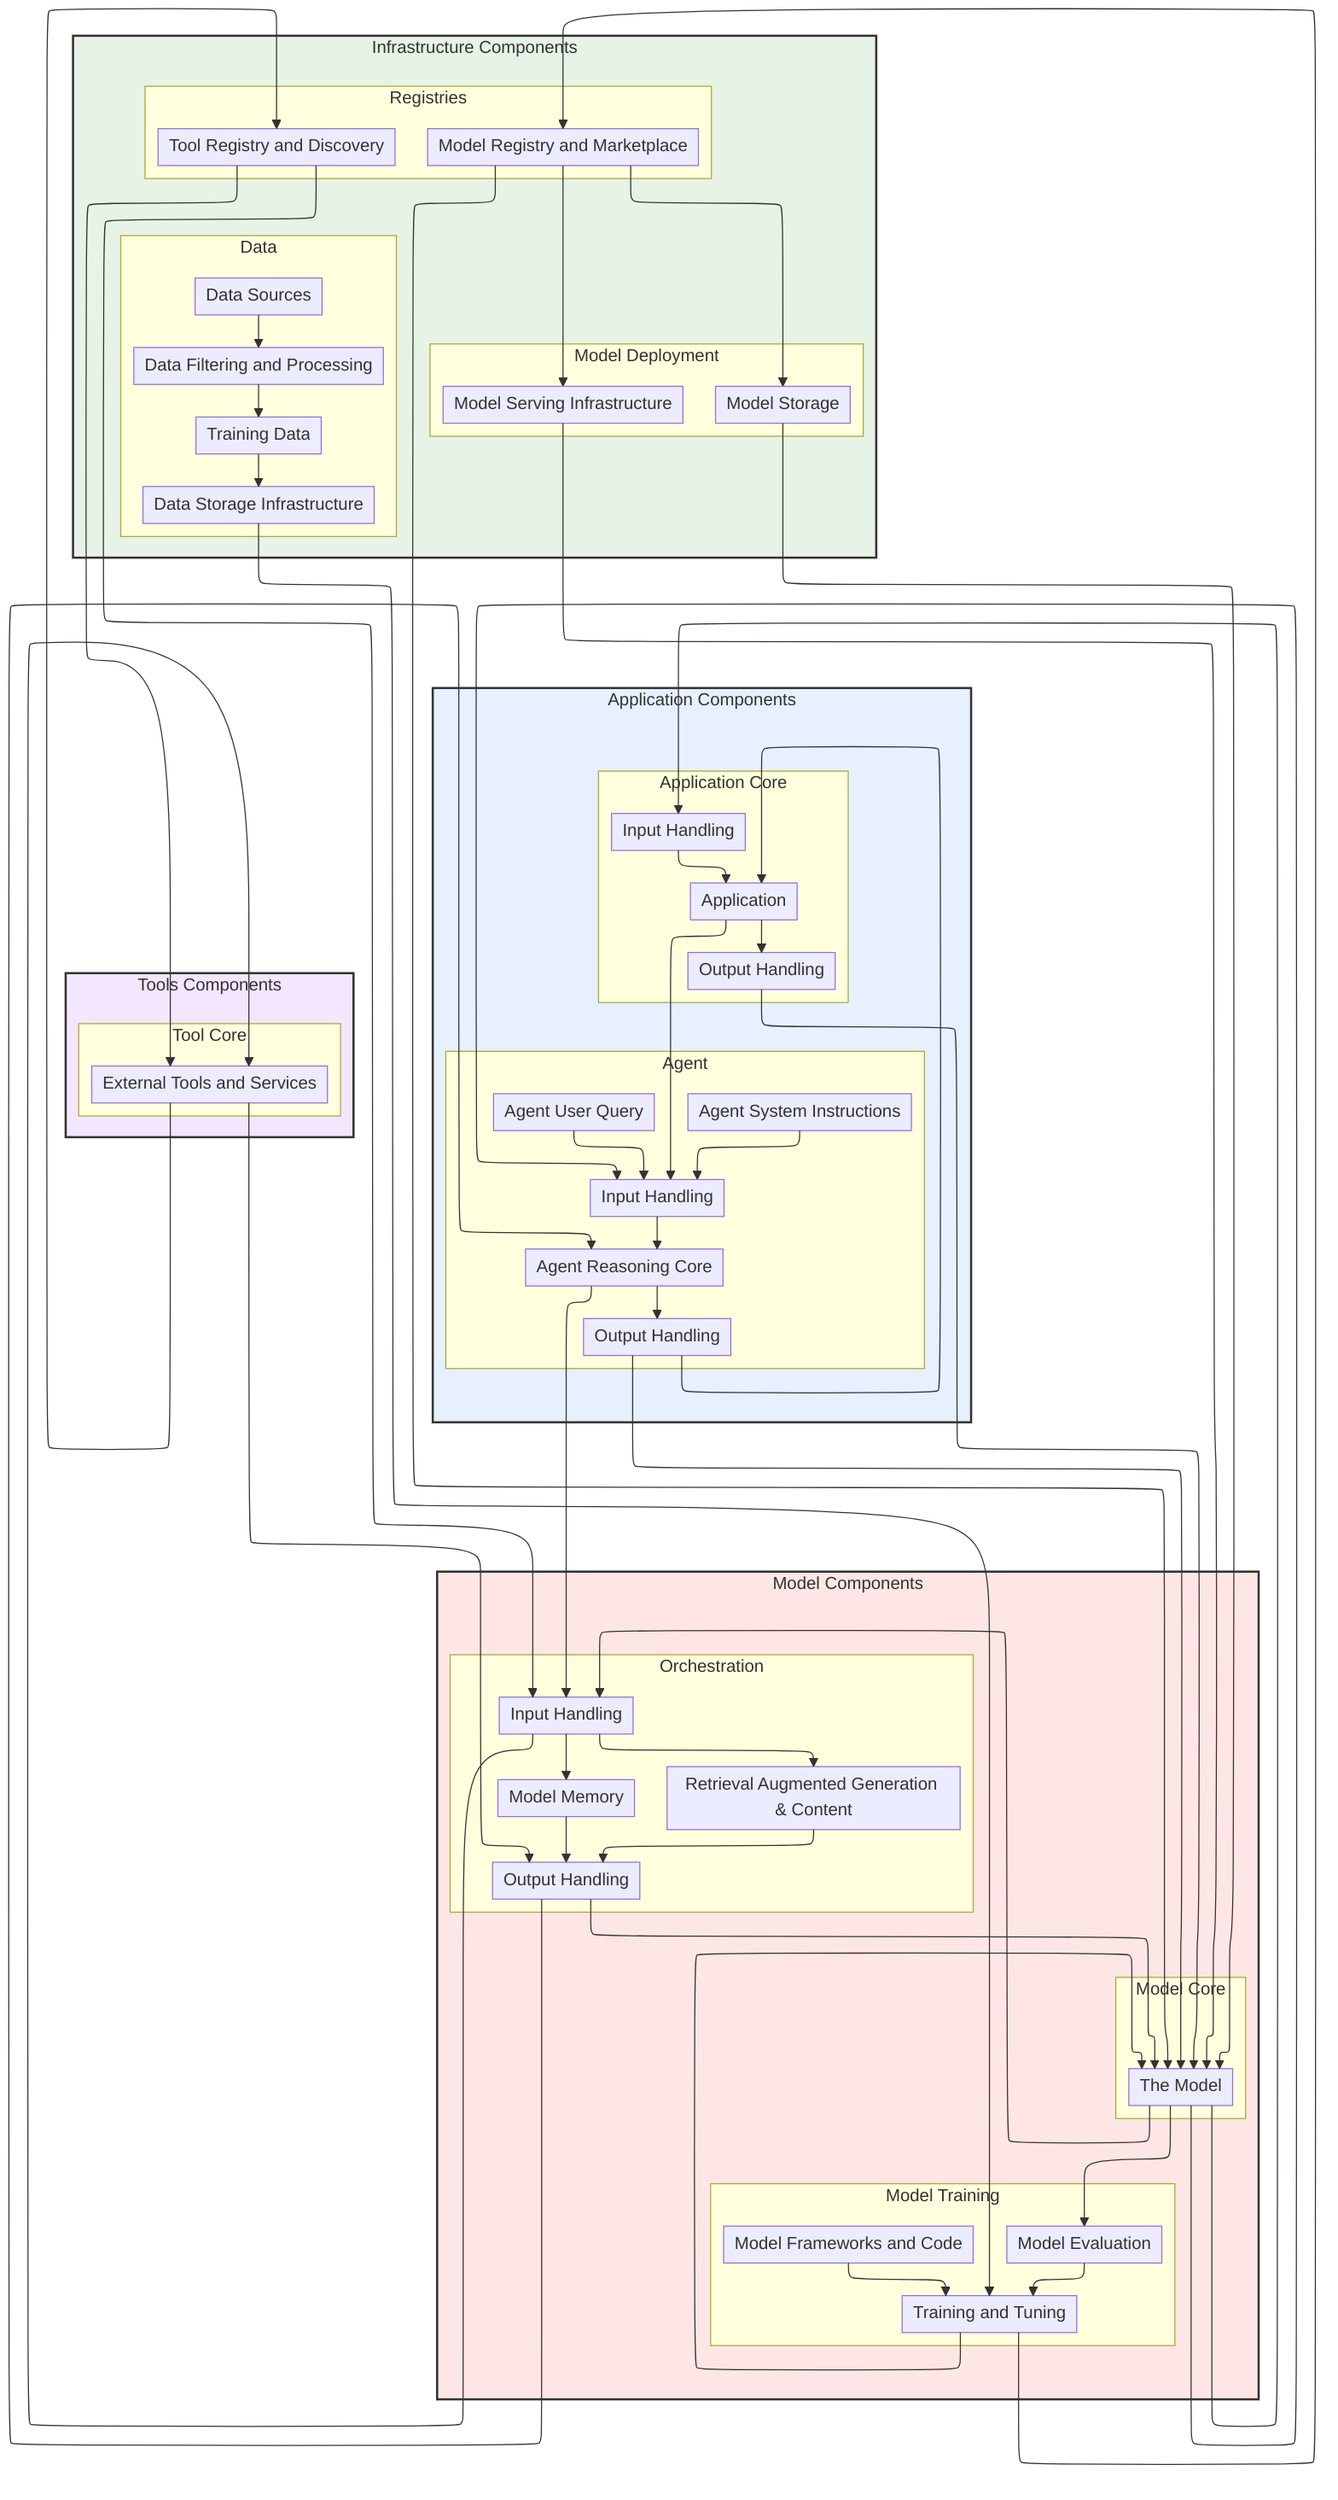
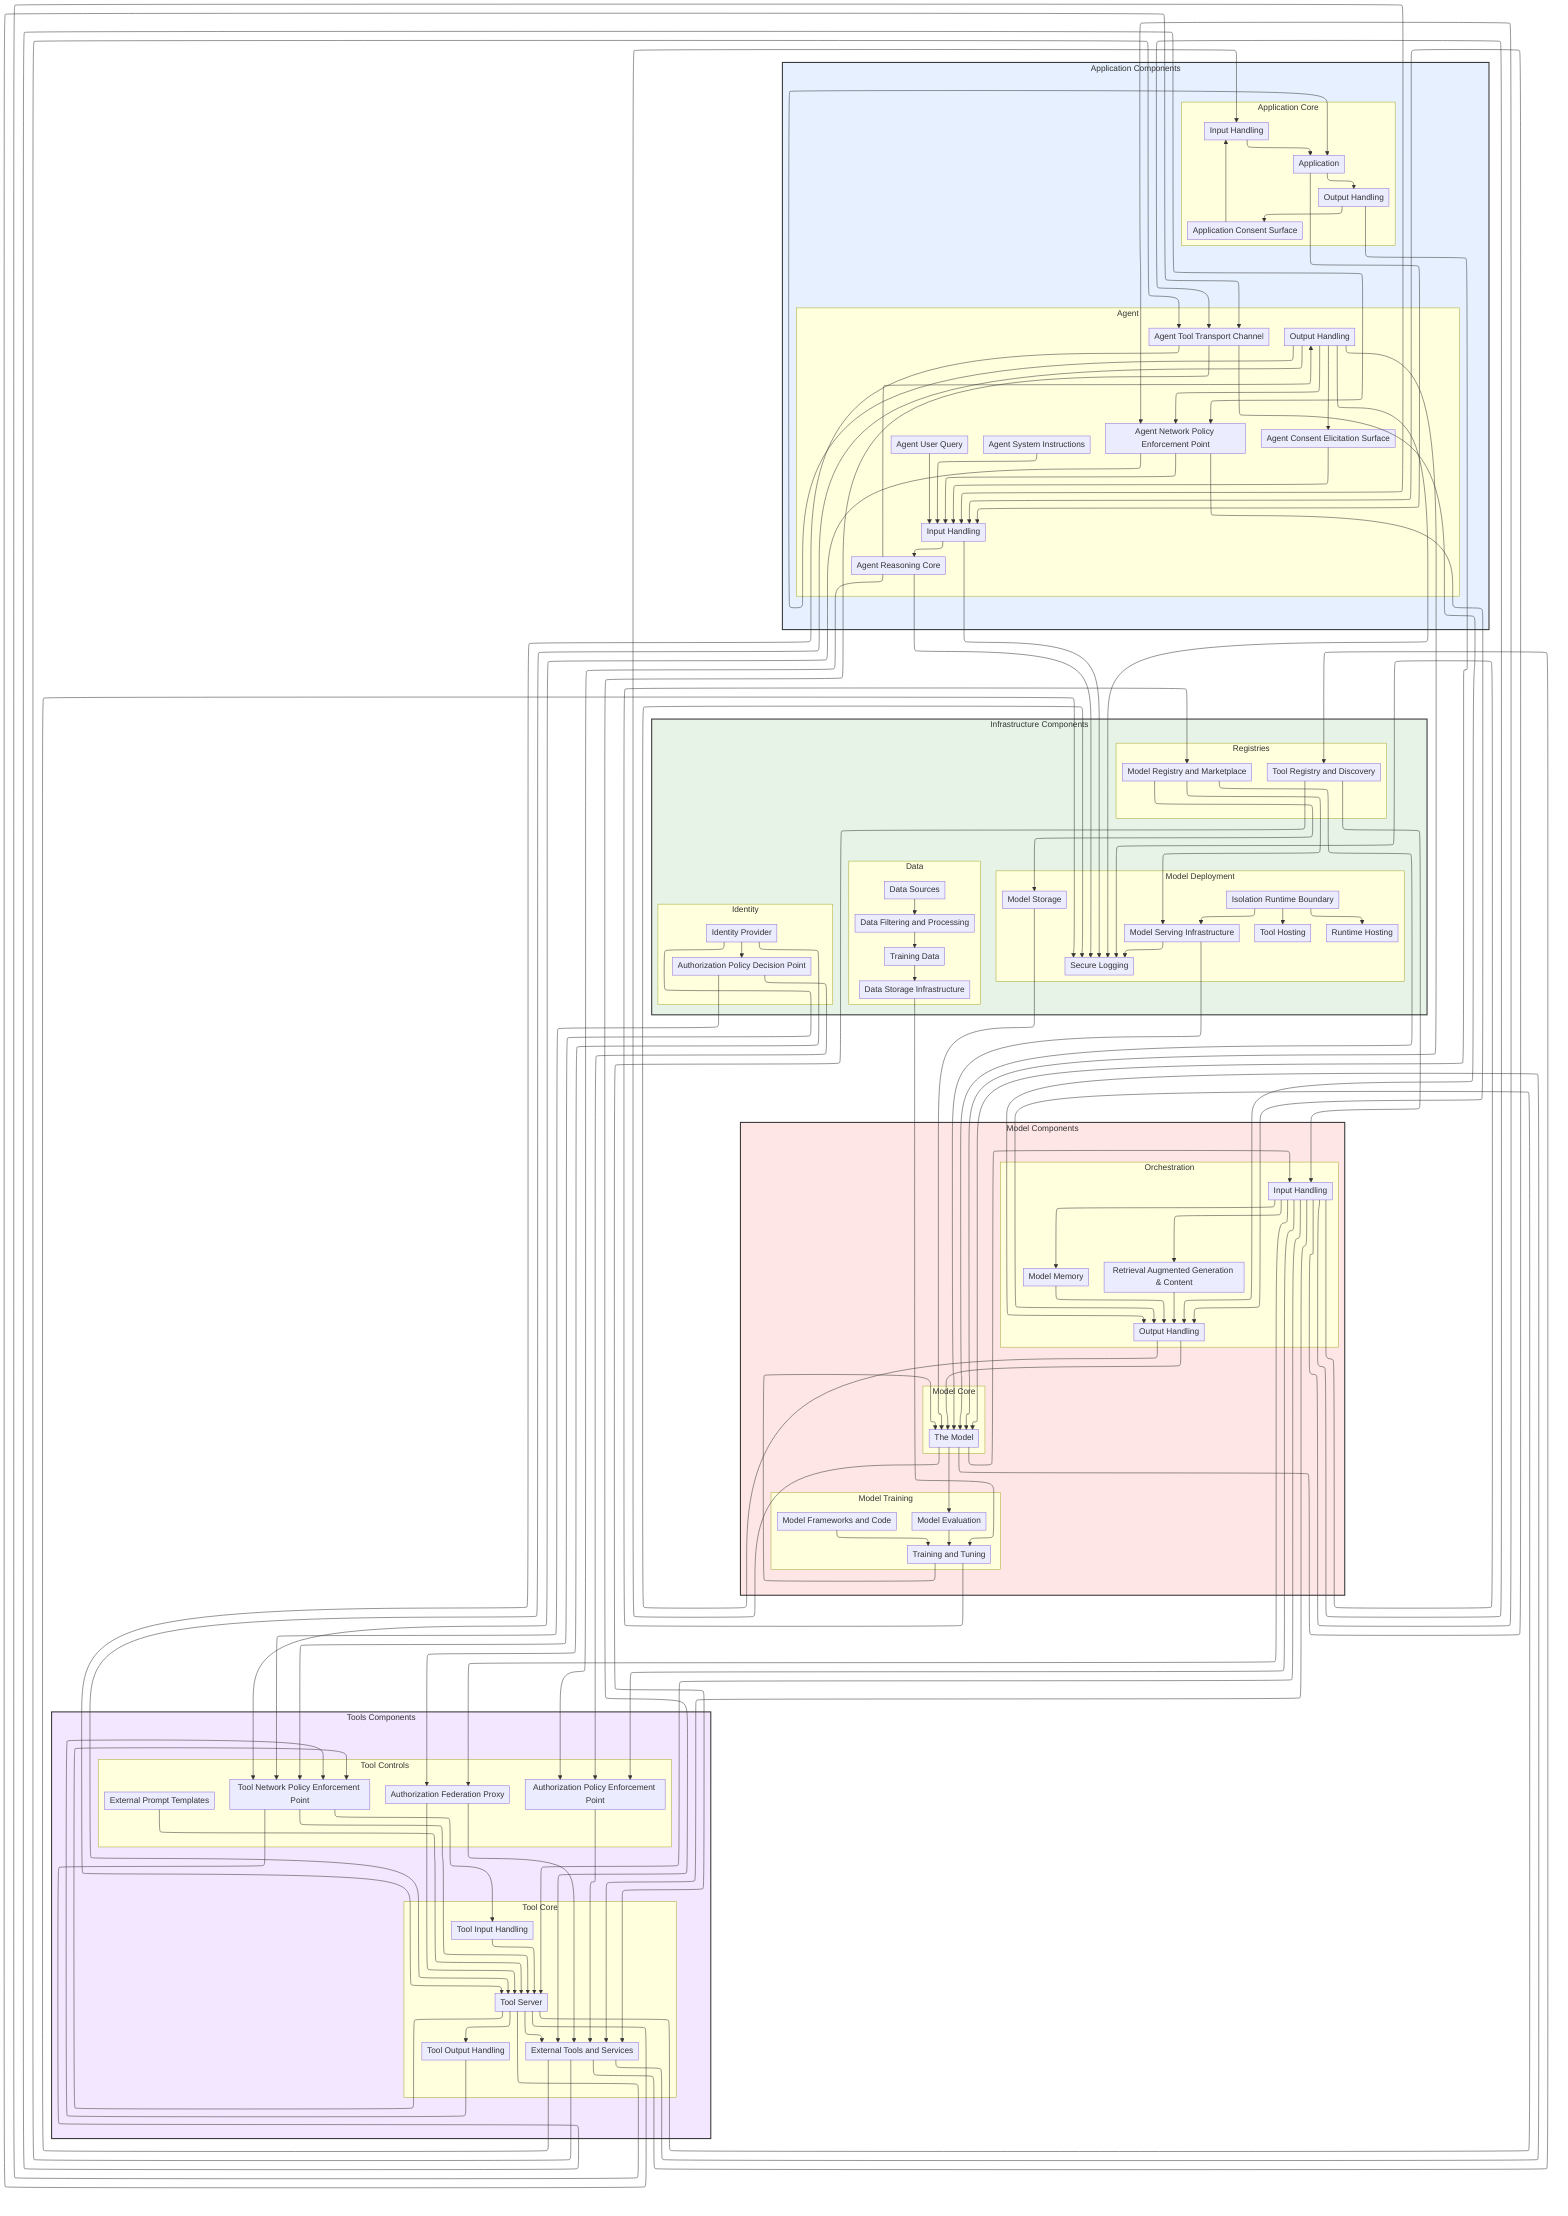
---
config:
  layout: elk
  elk:
    mergeEdges: False
    nodePlacementStrategy: BRANDES_KOEPF
---

graph TD
   %%{init: {'flowchart': {'nodeSpacing': 25, 'rankSpacing': 30, 'padding': 5, 'wrappingWidth': 250}}}%%
    classDef hidden display: none;
    classDef allControl stroke:#4285f4,stroke-width:2px,stroke-dasharray: 5 5

    subgraph componentsInfrastructure ["Infrastructure Components"]
        subgraph componentsData ["Data"]
            componentDataFilteringAndProcessing[Data Filtering and Processing]
            componentDataSources[Data Sources]
            componentDataStorage[Data Storage Infrastructure]
            componentTrainingData[Training Data]
        end
        subgraph componentsModelDeployment ["Model Deployment"]
+             componentIsolationRuntime[Isolation Runtime Boundary]
            componentModelServing[Model Serving Infrastructure]
            componentModelStorage[Model Storage]
+             componentRuntimeHosting[Runtime Hosting]
+             componentSecureLogging[Secure Logging]
+             componentToolHosting[Tool Hosting]
        end
        subgraph componentsRegistries ["Registries"]
            componentModelRegistry[Model Registry and Marketplace]
            componentToolRegistry[Tool Registry and Discovery]
+         end
+         subgraph componentsIdentity ["Identity"]
+             componentAuthorizationPolicyDecisionPoint[Authorization Policy Decision Point]
+             componentIdentityProvider[Identity Provider]
        end
    end

    subgraph componentsModel ["Model Components"]
        subgraph componentsModelTraining ["Model Training"]
            componentModelEvaluation[Model Evaluation]
            componentModelFrameworksAndCode[Model Frameworks and Code]
            componentModelTrainingTuning[Training and Tuning]
        end
        subgraph componentsModelCore ["Model Core"]
            componentTheModel[The Model]
        end
        subgraph componentsOrchestration ["Orchestration"]
            componentMemory[Model Memory]
            componentOrchestrationInputHandling[Input Handling]
            componentOrchestrationOutputHandling[Output Handling]
            componentRAGContent[Retrieval Augmented Generation & Content]
        end
    end

    subgraph componentsApplication ["Application Components"]
        subgraph componentsApplicationCore ["Application Core"]
            componentApplication[Application]
+             componentApplicationConsentSurface[Application Consent Surface]
            componentApplicationInputHandling[Input Handling]
            componentApplicationOutputHandling[Output Handling]
        end
        subgraph componentsAgent ["Agent"]
+             componentAgentConsentSurface[Agent Consent Elicitation Surface]
            componentAgentInputHandling[Input Handling]
+             componentAgentNetworkPolicyEnforcementPoint[Agent Network Policy Enforcement Point]
            componentAgentOutputHandling[Output Handling]
            componentAgentSystemInstruction[Agent System Instructions]
+             componentAgentToolTransport[Agent Tool Transport Channel]
            componentAgentUserQuery[Agent User Query]
            componentReasoningCore[Agent Reasoning Core]
        end
    end

    subgraph componentsTools ["Tools Components"]
        subgraph componentsToolCore ["Tool Core"]
+             componentToolInputHandling[Tool Input Handling]
+             componentToolOutputHandling[Tool Output Handling]
+             componentToolServer[Tool Server]
            componentTools[External Tools and Services]
+         end
+         subgraph componentsToolControls ["Tool Controls"]
+             componentAuthorizationPolicyEnforcementPoint[Authorization Policy Enforcement Point]
+             componentExternalPromptTemplate[External Prompt Templates]
+             componentFederationProxy[Authorization Federation Proxy]
+             componentToolNetworkPolicyEnforcementPoint[Tool Network Policy Enforcement Point]
        end
    end


    componentDataSources --> componentDataFilteringAndProcessing
    componentDataFilteringAndProcessing --> componentTrainingData
    componentTrainingData --> componentDataStorage
    componentDataStorage --> componentModelTrainingTuning
    componentModelFrameworksAndCode --> componentModelTrainingTuning
    componentModelEvaluation --> componentModelTrainingTuning
    componentModelTrainingTuning --> componentTheModel
    componentModelTrainingTuning --> componentModelRegistry
    componentModelStorage --> componentTheModel
    componentModelServing --> componentTheModel
+     componentModelServing --> componentSecureLogging
    componentModelRegistry --> componentModelServing
    componentModelRegistry --> componentTheModel
    componentModelRegistry --> componentModelStorage
    componentTheModel --> componentModelEvaluation
    componentTheModel --> componentAgentInputHandling
    componentTheModel --> componentApplicationInputHandling
    componentTheModel --> componentOrchestrationInputHandling
    componentApplication --> componentApplicationOutputHandling
    componentApplication --> componentAgentInputHandling
    componentApplicationOutputHandling --> componentTheModel
+     componentApplicationOutputHandling --> componentApplicationConsentSurface
    componentApplicationInputHandling --> componentApplication
    componentReasoningCore --> componentAgentOutputHandling
-     componentReasoningCore --> componentOrchestrationInputHandling
-     componentOrchestrationOutputHandling --> componentReasoningCore
+     componentReasoningCore --> componentAuthorizationPolicyEnforcementPoint
+     componentReasoningCore --> componentSecureLogging
    componentOrchestrationOutputHandling --> componentTheModel
+     componentOrchestrationOutputHandling --> componentSecureLogging
    componentOrchestrationInputHandling --> componentTools
    componentOrchestrationInputHandling --> componentMemory
    componentOrchestrationInputHandling --> componentRAGContent
+     componentOrchestrationInputHandling --> componentToolServer
+     componentOrchestrationInputHandling --> componentAgentToolTransport
+     componentOrchestrationInputHandling --> componentFederationProxy
+     componentOrchestrationInputHandling --> componentAgentNetworkPolicyEnforcementPoint
+     componentOrchestrationInputHandling --> componentAuthorizationPolicyEnforcementPoint
+     componentOrchestrationInputHandling --> componentSecureLogging
    componentTools --> componentOrchestrationOutputHandling
    componentTools --> componentToolRegistry
+     componentTools --> componentAgentToolTransport
+     componentTools --> componentSecureLogging
    componentToolRegistry --> componentOrchestrationInputHandling
    componentToolRegistry --> componentTools
    componentMemory --> componentOrchestrationOutputHandling
    componentRAGContent --> componentOrchestrationOutputHandling
    componentAgentUserQuery --> componentAgentInputHandling
    componentAgentSystemInstruction --> componentAgentInputHandling
    componentAgentInputHandling --> componentReasoningCore
+     componentAgentInputHandling --> componentSecureLogging
    componentAgentOutputHandling --> componentApplication
    componentAgentOutputHandling --> componentTheModel
+     componentAgentOutputHandling --> componentAgentConsentSurface
+     componentAgentOutputHandling --> componentAgentNetworkPolicyEnforcementPoint
+     componentAgentOutputHandling --> componentSecureLogging
+     componentAgentOutputHandling --> componentToolServer
+     componentIdentityProvider --> componentAuthorizationPolicyDecisionPoint
+     componentIdentityProvider --> componentFederationProxy
+     componentIdentityProvider --> componentToolNetworkPolicyEnforcementPoint
+     componentAuthorizationPolicyDecisionPoint --> componentAuthorizationPolicyEnforcementPoint
+     componentAuthorizationPolicyDecisionPoint --> componentToolNetworkPolicyEnforcementPoint
+     componentExternalPromptTemplate --> componentToolServer
+     componentAgentConsentSurface --> componentAgentInputHandling
+     componentIsolationRuntime --> componentModelServing
+     componentIsolationRuntime --> componentToolHosting
+     componentIsolationRuntime --> componentRuntimeHosting
+     componentToolServer --> componentTools
+     componentToolServer --> componentOrchestrationOutputHandling
+     componentToolServer --> componentAgentInputHandling
+     componentToolServer --> componentAgentToolTransport
+     componentToolServer --> componentToolNetworkPolicyEnforcementPoint
+     componentToolServer --> componentToolOutputHandling
+     componentAgentToolTransport --> componentTools
+     componentAgentToolTransport --> componentToolServer
+     componentAgentToolTransport --> componentOrchestrationOutputHandling
+     componentFederationProxy --> componentTools
+     componentFederationProxy --> componentToolServer
+     componentAgentNetworkPolicyEnforcementPoint --> componentAgentInputHandling
+     componentAgentNetworkPolicyEnforcementPoint --> componentOrchestrationOutputHandling
+     componentAgentNetworkPolicyEnforcementPoint --> componentToolNetworkPolicyEnforcementPoint
+     componentAuthorizationPolicyEnforcementPoint --> componentTools
+     componentToolNetworkPolicyEnforcementPoint --> componentToolServer
+     componentToolNetworkPolicyEnforcementPoint --> componentAgentNetworkPolicyEnforcementPoint
+     componentToolNetworkPolicyEnforcementPoint --> componentToolInputHandling
+     componentApplicationConsentSurface --> componentApplicationInputHandling
+     componentToolInputHandling --> componentToolServer
+     componentToolOutputHandling --> componentToolNetworkPolicyEnforcementPoint

%% Node style definitions
    style componentsInfrastructure fill:#e6f3e6,stroke:#333333,stroke-width:2px
    style componentsApplication fill:#e6f0ff,stroke:#333333,stroke-width:2px
    style componentsModel fill:#ffe6e6,stroke:#333333,stroke-width:2px
    style componentsTools fill:#f3e6ff,stroke:#333333,stroke-width:2px
